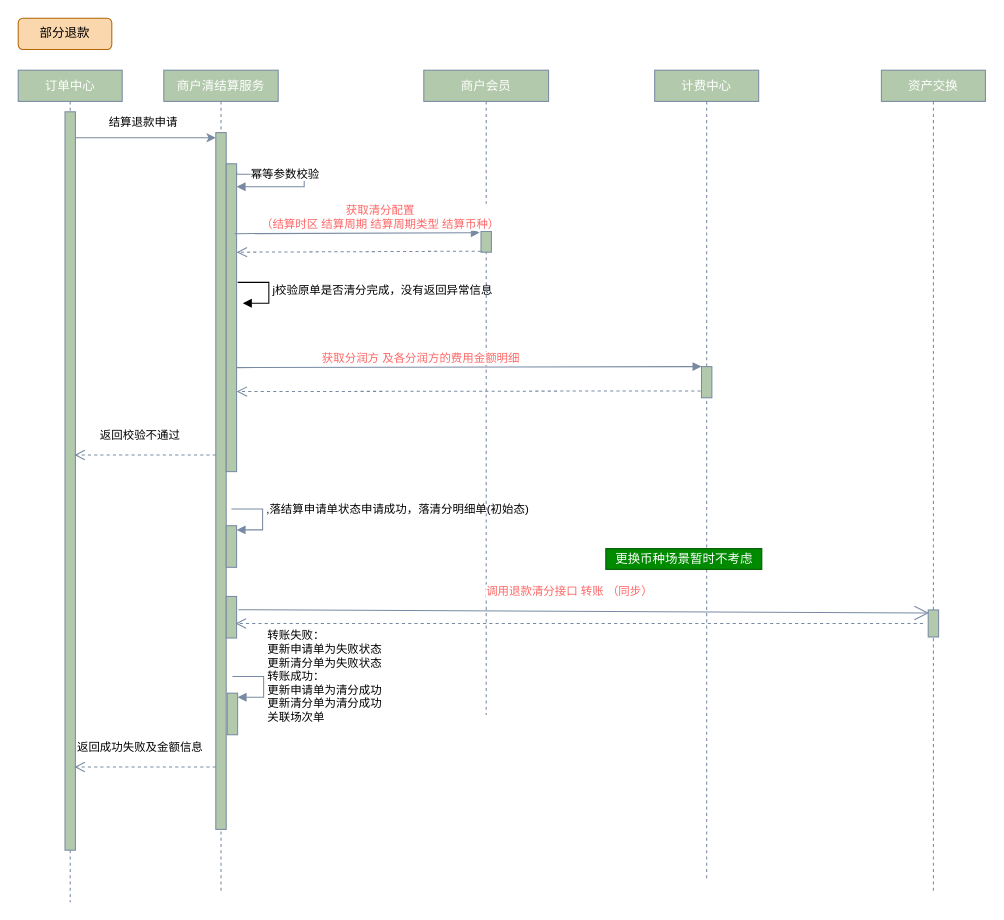
This is merchant-settle/结算部分退款.drawio from DominicElvira/Diagrams, a draw.io file, before an edit. Source tidied: cells renumbered, new cells numbered last; positions are measured from the earlier drawing's top-left corner, leaving out a move shared by most shapes. Both pictures are drawn from the tidied source at 104%, with x=0, y=0 at pixel (18, 18).
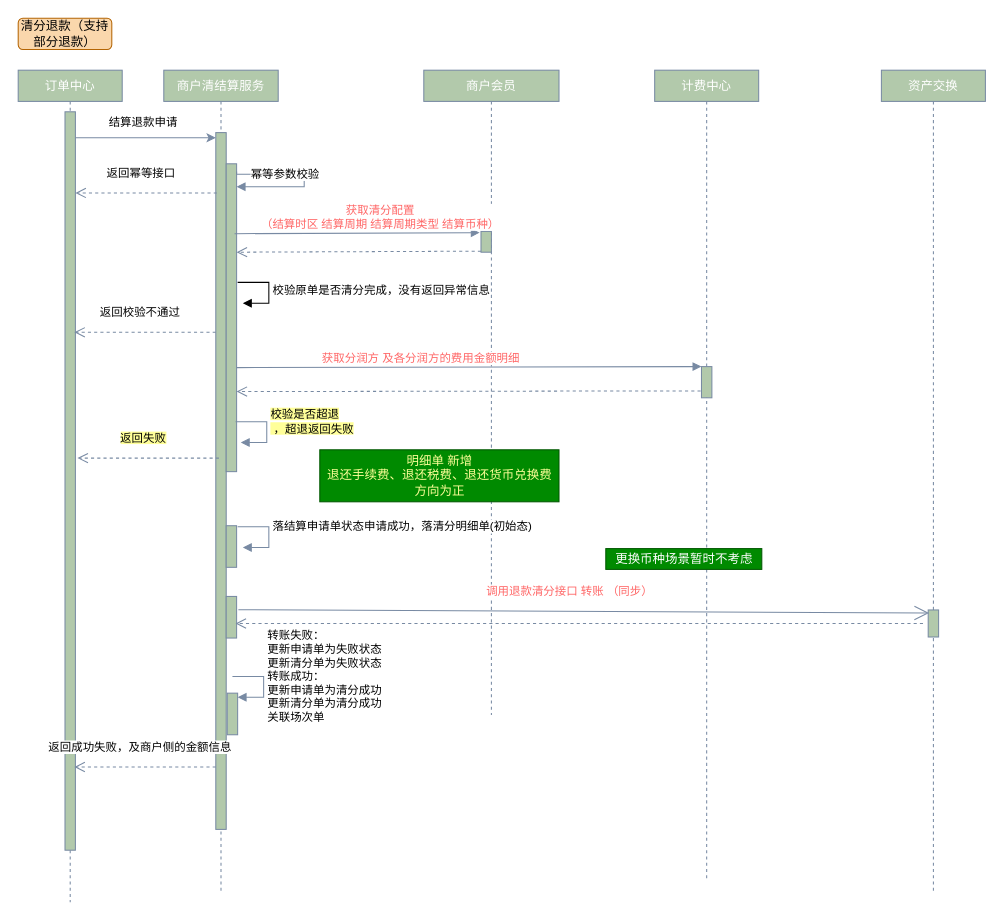
The same page after the edit.

Commit message:
Update 结算部分退款.drawio

Unchanged cells that the change refers to:
```xml
<mxCell id="4" value="商户清结算服务" style="shape=umlLifeline;perimeter=lifelinePerimeter;shadow=0;strokeWidth=1;fillColor=#B2C9AB;strokeColor=#788AA3;fontColor=#FFFFFF;rounded=0;size=30;" parent="1" vertex="1">
  <mxGeometry x="140" y="50" width="110" height="790" as="geometry" />
</mxCell>
```

Change to the diagram source:
```diff
@@
-    <mxCell id="9" value=",落结算申请单状态申请成功，落清分明细单(初始态)" style="edgeStyle=orthogonalEdgeStyle;html=1;align=left;spacingLeft=2;endArrow=block;rounded=0;entryX=1;entryY=0;fontSize=11;fontColor=#000000;strokeColor=#788AA3;strokeWidth=1;fillColor=#B2C9AB;curved=0;jumpStyle=none;" parent="4" edge="1">
+    <mxCell id="9" value="&lt;span style=&quot;background-color: rgb(255 , 255 , 153)&quot;&gt;校验是否超退&lt;br&gt;&amp;nbsp;，超退返回失败&lt;/span&gt;" style="edgeStyle=orthogonalEdgeStyle;html=1;align=left;spacingLeft=2;endArrow=block;rounded=0;entryX=1;entryY=0;fontSize=11;fontColor=#000000;strokeColor=#788AA3;strokeWidth=1;fillColor=#B2C9AB;curved=0;jumpStyle=none;" parent="4" edge="1">
       <mxGeometry x="-0.2" relative="1" as="geometry">
-        <mxPoint x="65" y="422" as="sourcePoint" />
-        <mxPoint x="70" y="442" as="targetPoint" />
+        <mxPoint x="69" y="338" as="sourcePoint" />
+        <mxPoint x="74" y="358" as="targetPoint" />
         <Array as="points">
-          <mxPoint x="95" y="422" />
+          <mxPoint x="99" y="338" />
         </Array>
       </mxGeometry>
     </mxCell>
@@
-    <mxCell id="11" value="j校验原单是否清分完成，没有返回异常信息" style="edgeStyle=orthogonalEdgeStyle;html=1;align=left;spacingLeft=2;endArrow=block;rounded=0;entryX=1;entryY=0;" parent="4" edge="1">
+    <mxCell id="11" value="校验原单是否清分完成，没有返回异常信息" style="edgeStyle=orthogonalEdgeStyle;html=1;align=left;spacingLeft=2;endArrow=block;rounded=0;entryX=1;entryY=0;" parent="4" edge="1">
       <mxGeometry relative="1" as="geometry">
         <mxPoint x="71" y="204" as="sourcePoint" />
         <mxPoint x="76" y="224" as="targetPoint" />
         <Array as="points">
           <mxPoint x="101" y="204" />
         </Array>
       </mxGeometry>
     </mxCell>
     <mxCell id="12" value="返回校验不通过" style="html=1;verticalAlign=bottom;endArrow=open;dashed=1;endSize=8;fontSize=11;fontColor=#000000;strokeColor=#788AA3;strokeWidth=1;fillColor=#B2C9AB;curved=0;jumpStyle=none;" parent="4" edge="1">
       <mxGeometry x="0.08" y="-10" relative="1" as="geometry">
-        <mxPoint x="50" y="370" as="sourcePoint" />
-        <mxPoint x="-86" y="370" as="targetPoint" />
+        <mxPoint x="50" y="252" as="sourcePoint" />
+        <mxPoint x="-86" y="252" as="targetPoint" />
       </mxGeometry>
     </mxCell>
@@
     <mxCell id="17" value="商户会员" style="shape=umlLifeline;perimeter=lifelinePerimeter;shadow=0;strokeWidth=1;fillColor=#B2C9AB;strokeColor=#788AA3;fontColor=#FFFFFF;rounded=0;size=30;" parent="1" vertex="1">
-      <mxGeometry x="390" y="50" width="120" height="620" as="geometry" />
+      <mxGeometry x="390" y="50" width="130" height="620" as="geometry" />
     </mxCell>
@@
+    <mxCell id="32" value="&lt;font color=&quot;#ffff99&quot;&gt;明细单 新增&lt;br&gt;退还手续费、退还税费、退还货币兑换费&lt;br&gt;方向为正&lt;/font&gt;" style="text;html=1;align=center;verticalAlign=middle;fillColor=#008a00;strokeColor=#005700;rounded=0;fontColor=#ffffff;" parent="17" vertex="1">
+      <mxGeometry x="-100" y="365" width="230" height="50" as="geometry" />
+    </mxCell>
@@
-    <mxCell id="27" value="部分退款" style="rounded=1;whiteSpace=wrap;html=1;fillColor=#fad7ac;strokeColor=#b46504;" parent="1" vertex="1">
+    <mxCell id="27" value="清分退款（支持部分退款）" style="rounded=1;whiteSpace=wrap;html=1;fillColor=#fad7ac;strokeColor=#b46504;" parent="1" vertex="1">
       <mxGeometry width="90" height="30" as="geometry" />
     </mxCell>
-    <mxCell id="28" value="返回成功失败及金额信息" style="html=1;verticalAlign=bottom;endArrow=open;dashed=1;endSize=8;fontSize=11;fontColor=#000000;strokeColor=#788AA3;strokeWidth=1;fillColor=#B2C9AB;curved=0;jumpStyle=none;" parent="1" edge="1">
+    <mxCell id="28" value="返回成功失败，及商户侧的金额信息" style="html=1;verticalAlign=bottom;endArrow=open;dashed=1;endSize=8;fontSize=11;fontColor=#000000;strokeColor=#788AA3;strokeWidth=1;fillColor=#B2C9AB;curved=0;jumpStyle=none;" parent="1" edge="1">
       <mxGeometry x="0.08" y="-10" relative="1" as="geometry">
         <mxPoint x="190" y="720" as="sourcePoint" />
         <mxPoint x="54" y="720" as="targetPoint" />
       </mxGeometry>
     </mxCell>
@@
+    <mxCell id="33" value="落结算申请单状态申请成功，落清分明细单(初始态)" style="edgeStyle=orthogonalEdgeStyle;html=1;align=left;spacingLeft=2;endArrow=block;rounded=0;entryX=1;entryY=0;fontSize=11;fontColor=#000000;strokeColor=#788AA3;strokeWidth=1;fillColor=#B2C9AB;curved=0;jumpStyle=none;" parent="1" edge="1">
+      <mxGeometry x="-0.2" relative="1" as="geometry">
+        <mxPoint x="211" y="489" as="sourcePoint" />
+        <mxPoint x="216" y="509" as="targetPoint" />
+        <Array as="points">
+          <mxPoint x="241" y="489" />
+        </Array>
+      </mxGeometry>
+    </mxCell>
+    <mxCell id="34" value="&lt;span style=&quot;background-color: rgb(255 , 255 , 153)&quot;&gt;返回失败&lt;/span&gt;" style="html=1;verticalAlign=bottom;endArrow=open;dashed=1;endSize=8;fontSize=11;fontColor=#000000;strokeColor=#788AA3;strokeWidth=1;fillColor=#B2C9AB;curved=0;jumpStyle=none;" parent="1" edge="1">
+      <mxGeometry x="0.08" y="-10" relative="1" as="geometry">
+        <mxPoint x="193" y="423" as="sourcePoint" />
+        <mxPoint x="57" y="423" as="targetPoint" />
+      </mxGeometry>
+    </mxCell>
+    <mxCell id="35" value="返回幂等接口" style="html=1;verticalAlign=bottom;endArrow=open;dashed=1;endSize=8;fontSize=11;fontColor=#000000;strokeColor=#788AA3;strokeWidth=1;fillColor=#B2C9AB;curved=0;jumpStyle=none;" parent="1" edge="1">
+      <mxGeometry x="0.08" y="-10" relative="1" as="geometry">
+        <mxPoint x="191" y="168" as="sourcePoint" />
+        <mxPoint x="55" y="168" as="targetPoint" />
+      </mxGeometry>
+    </mxCell>
```
